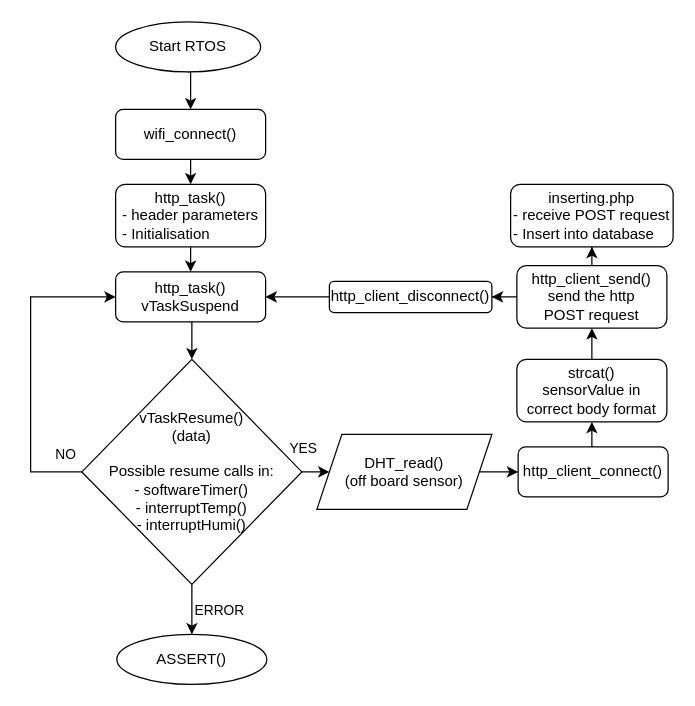
This is mdPictures/flowchart.drawio from CasTruyers/IOT, a draw.io file, before an edit. Source tidied: cells renumbered, new cells numbered last; positions are measured from the earlier drawing's top-left corner, leaving out a move shared by most shapes. Both pictures are drawn from the tidied source at 125%, with x=0, y=0 at pixel (30, 21).
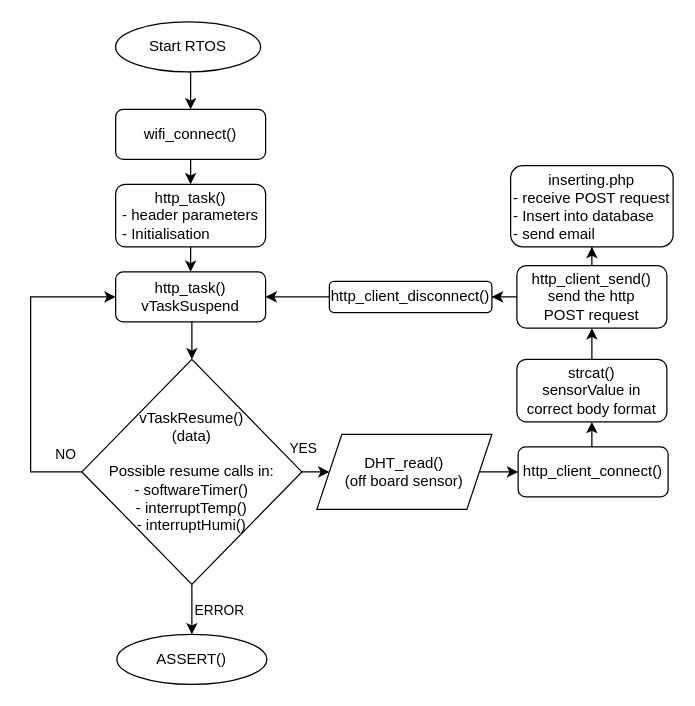
Above is the later version.

Change to the diagram source:
```diff
@@
-    <mxCell id="29" value="inserting.php&lt;br&gt;&lt;div style=&quot;text-align: left&quot;&gt;&lt;span&gt;- receive POST request&lt;/span&gt;&lt;/div&gt;&lt;div style=&quot;text-align: left&quot;&gt;&lt;span&gt;- Insert into database&lt;/span&gt;&lt;/div&gt;" style="whiteSpace=wrap;html=1;rounded=1;" parent="1" vertex="1">
-      <mxGeometry x="384" y="130" width="130" height="50" as="geometry" />
+    <mxCell id="29" value="inserting.php&lt;br&gt;&lt;div style=&quot;text-align: left&quot;&gt;&lt;span&gt;- receive POST request&lt;/span&gt;&lt;/div&gt;&lt;div style=&quot;text-align: left&quot;&gt;&lt;span&gt;- Insert into database&lt;/span&gt;&lt;/div&gt;&lt;div style=&quot;text-align: left&quot;&gt;&lt;span&gt;- send email&lt;/span&gt;&lt;/div&gt;" style="whiteSpace=wrap;html=1;rounded=1;" parent="1" vertex="1">
+      <mxGeometry x="384" y="115" width="130" height="65" as="geometry" />
     </mxCell>
```
